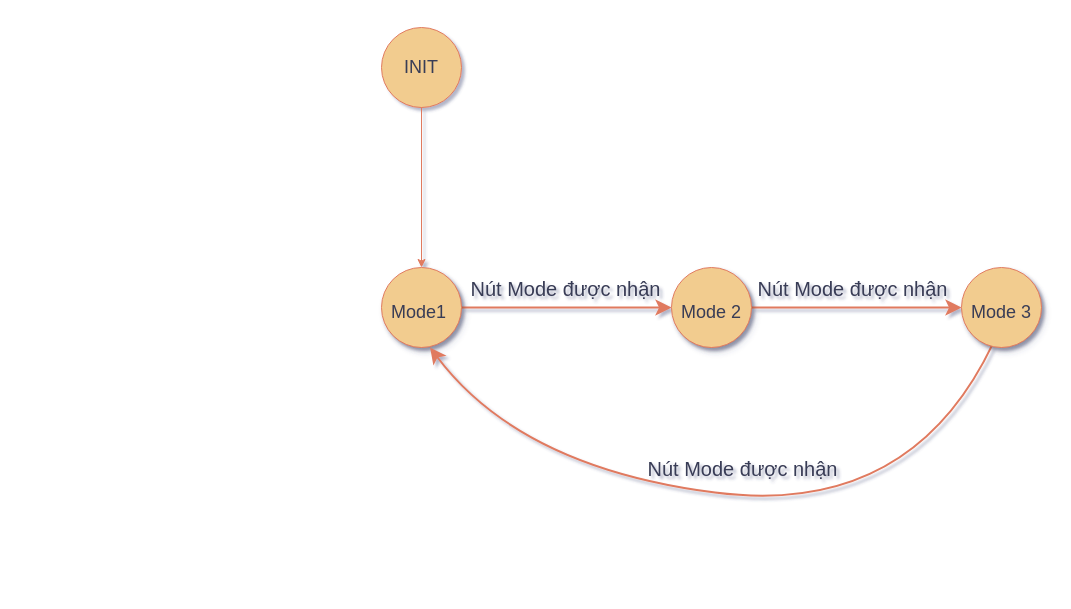
Earlier version of the draw.io diagram page "Page-1" (1 of 2) of Lab3/State_Machine/FSM_Mode.drawio (vietlecd/STM32_LAB2). Source tidied: cells renumbered, new cells numbered last; positions are measured from the earlier drawing's top-left corner, leaving out a move shared by most shapes. Both pictures are drawn from the tidied source at 100%, with x=0, y=0 at pixel (381, 27).
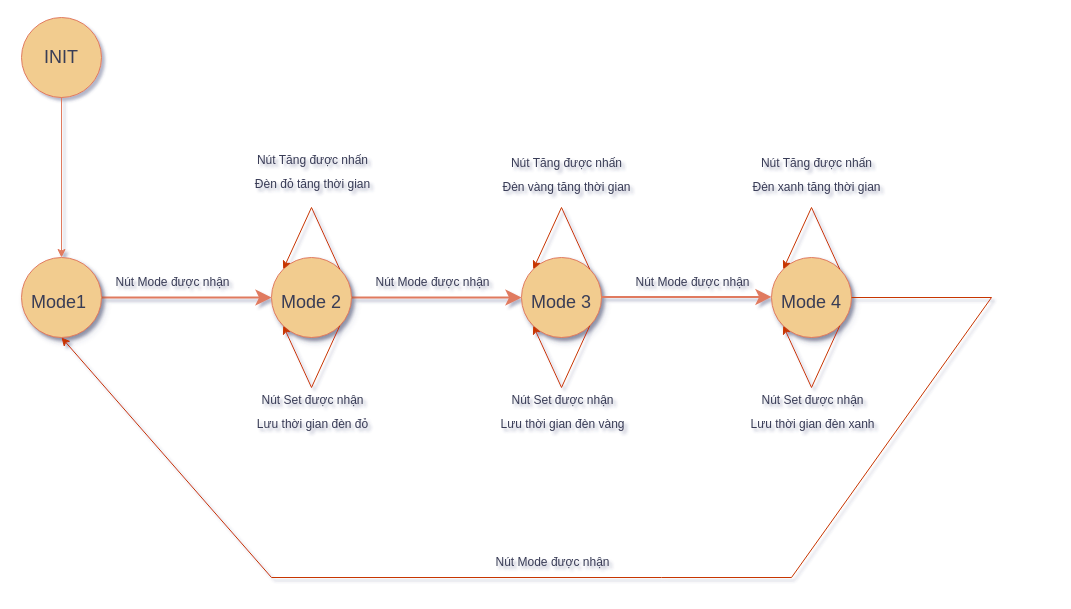
The same diagram, later.

Diff of the diagram source:
```diff
@@
-    <mxCell id="2" style="edgeStyle=none;curved=1;html=1;startSize=10;endFill=1;endSize=10;strokeWidth=2;fontSize=12;labelBackgroundColor=none;fontColor=default;strokeColor=#E07A5F;" parent="1" edge="1" source="4" target="8">
-      <mxGeometry relative="1" as="geometry" />
+    <mxCell id="2" style="edgeStyle=none;curved=1;html=1;startSize=10;endFill=1;endSize=10;strokeWidth=2;fontSize=12;labelBackgroundColor=none;fontColor=default;strokeColor=#E07A5F;" parent="1" edge="1" source="4">
+      <mxGeometry relative="1" as="geometry">
+        <mxPoint x="-110" y="270" as="targetPoint" />
+      </mxGeometry>
     </mxCell>
-    <mxCell id="3" value="Nút Mode được nhận" style="text;html=1;align=center;verticalAlign=middle;labelBackgroundColor=none;fontSize=20;fontColor=#393C56;" parent="2" vertex="1">
+    <mxCell id="3" value="&lt;font style=&quot;font-size: 12px;&quot;&gt;Nút Mode được nhận&lt;/font&gt;" style="text;html=1;align=center;verticalAlign=middle;labelBackgroundColor=none;fontSize=20;fontColor=#393C56;" parent="2" vertex="1">
       <mxGeometry x="0.15" relative="1" as="geometry">
-        <mxPoint x="-18" y="-20" as="offset" />
+        <mxPoint x="-28" y="-20" as="offset" />
       </mxGeometry>
     </mxCell>
     <mxCell id="4" value="&lt;font style=&quot;font-size: 18px;&quot;&gt;Mode1&amp;nbsp;&lt;/font&gt;" style="ellipse;whiteSpace=wrap;html=1;rounded=0;shadow=1;strokeWidth=1;fontSize=30;align=center;labelBackgroundColor=none;fillColor=#F2CC8F;strokeColor=#E07A5F;fontColor=#393C56;" parent="1" vertex="1">
-      <mxGeometry y="240" width="80" height="80" as="geometry" />
+      <mxGeometry x="-360" y="230" width="80" height="80" as="geometry" />
     </mxCell>
-    <mxCell id="5" style="edgeStyle=none;curved=1;html=1;startSize=10;endFill=1;endSize=10;strokeWidth=2;fontSize=12;labelBackgroundColor=none;fontColor=default;strokeColor=#E07A5F;entryX=0.5;entryY=1;entryDx=0;entryDy=0;" parent="1" edge="1">
-      <mxGeometry relative="1" as="geometry">
-        <mxPoint x="611.4" y="316.1" as="sourcePoint" />
-        <mxPoint x="48.6" y="320" as="targetPoint" />
-        <Array as="points">
-          <mxPoint x="528.6" y="490" />
-          <mxPoint x="138.6" y="440" />
-        </Array>
-      </mxGeometry>
-    </mxCell>
     <mxCell id="6" value="&lt;font style=&quot;font-size: 18px;&quot;&gt;Mode 3&lt;/font&gt;" style="ellipse;whiteSpace=wrap;html=1;rounded=0;shadow=1;strokeWidth=1;fontSize=30;align=center;labelBackgroundColor=none;fillColor=#F2CC8F;strokeColor=#E07A5F;fontColor=#393C56;" parent="1" vertex="1">
-      <mxGeometry x="580" y="240" width="80" height="80" as="geometry" />
+      <mxGeometry x="140" y="230" width="80" height="80" as="geometry" />
     </mxCell>
@@
     <mxCell id="8" value="&lt;font style=&quot;font-size: 18px;&quot;&gt;Mode 2&lt;/font&gt;" style="ellipse;whiteSpace=wrap;html=1;rounded=0;shadow=1;strokeWidth=1;fontSize=30;align=center;labelBackgroundColor=none;fillColor=#F2CC8F;strokeColor=#E07A5F;fontColor=#393C56;" parent="1" vertex="1">
-      <mxGeometry x="290" y="240" width="80" height="80" as="geometry" />
+      <mxGeometry x="-110" y="230" width="80" height="80" as="geometry" />
     </mxCell>
     <mxCell id="9" value="&lt;font style=&quot;font-size: 18px;&quot;&gt;INIT&lt;/font&gt;" style="ellipse;whiteSpace=wrap;html=1;strokeColor=#E07A5F;fontColor=#393C56;fillColor=#F2CC8F;" parent="1" vertex="1">
-      <mxGeometry width="80" height="80" as="geometry" />
+      <mxGeometry x="-360" y="-10" width="80" height="80" as="geometry" />
     </mxCell>
@@
-    <mxCell id="11" value="Nút Mode được nhận" style="text;html=1;align=center;verticalAlign=middle;labelBackgroundColor=none;fontSize=20;fontColor=#393C56;" parent="1" vertex="1">
-      <mxGeometry x="470" y="260" as="geometry" />
-    </mxCell>
-    <mxCell id="12" value="Nút Mode được nhận" style="text;html=1;align=center;verticalAlign=middle;labelBackgroundColor=none;fontSize=20;fontColor=#393C56;" parent="1" vertex="1">
-      <mxGeometry x="360" y="440" as="geometry" />
-    </mxCell>
+    <mxCell id="13" style="endArrow=classic;html=1;rounded=0;exitX=1;exitY=0;exitDx=0;exitDy=0;entryX=0;entryY=0;entryDx=0;entryDy=0;fillColor=#fa6800;strokeColor=#C73500;" parent="1" edge="1" source="8" target="8">
+      <mxGeometry relative="1" as="geometry">
+        <Array as="points">
+          <mxPoint x="-70" y="180" />
+        </Array>
+      </mxGeometry>
+    </mxCell>
+    <mxCell id="14" value="&lt;font style=&quot;font-size: 12px;&quot;&gt;Nút Tăng được nhấn&lt;/font&gt;&lt;div&gt;&lt;span style=&quot;font-size: 12px;&quot;&gt;Đèn đỏ tăng thời gian&lt;/span&gt;&lt;/div&gt;" style="text;html=1;align=center;verticalAlign=middle;labelBackgroundColor=none;fontSize=20;fontColor=#393C56;" parent="1" vertex="1">
+      <mxGeometry x="-70" y="140" as="geometry" />
+    </mxCell>
+    <mxCell id="15" style="endArrow=classic;html=1;rounded=0;fillColor=#fa6800;strokeColor=#C73500;exitX=1;exitY=1;exitDx=0;exitDy=0;entryX=0;entryY=1;entryDx=0;entryDy=0;" parent="1" edge="1" source="8" target="8">
+      <mxGeometry relative="1" as="geometry">
+        <Array as="points">
+          <mxPoint x="-70" y="360" />
+        </Array>
+      </mxGeometry>
+    </mxCell>
+    <mxCell id="16" value="&lt;font style=&quot;font-size: 12px;&quot;&gt;Nút Set được nhận&lt;/font&gt;&lt;div&gt;&lt;font style=&quot;font-size: 12px;&quot;&gt;Lưu thời gian đèn đỏ&lt;/font&gt;&lt;/div&gt;" style="text;html=1;align=center;verticalAlign=middle;labelBackgroundColor=none;fontSize=20;fontColor=#393C56;" parent="1" vertex="1">
+      <mxGeometry x="-70" y="380" as="geometry" />
+    </mxCell>
+    <mxCell id="17" style="endArrow=classic;html=1;rounded=0;exitX=1;exitY=0;exitDx=0;exitDy=0;fillColor=#fa6800;strokeColor=#C73500;entryX=0;entryY=0;entryDx=0;entryDy=0;" parent="1" edge="1" source="6" target="6">
+      <mxGeometry relative="1" as="geometry">
+        <Array as="points">
+          <mxPoint x="180" y="180" />
+        </Array>
+      </mxGeometry>
+    </mxCell>
+    <mxCell id="18" value="&lt;font style=&quot;font-size: 12px;&quot;&gt;Nút Tăng được nhấn&lt;/font&gt;&lt;div&gt;&lt;span style=&quot;font-size: 12px;&quot;&gt;Đèn vàng tăng thời gian&lt;/span&gt;&lt;/div&gt;" style="text;html=1;align=center;verticalAlign=middle;labelBackgroundColor=none;fontSize=20;fontColor=#393C56;" parent="1" vertex="1">
+      <mxGeometry x="180" y="110" as="geometry">
+        <mxPoint x="4" y="33" as="offset" />
+      </mxGeometry>
+    </mxCell>
+    <mxCell id="19" style="endArrow=classic;html=1;rounded=0;fillColor=#fa6800;strokeColor=#C73500;exitX=1;exitY=1;exitDx=0;exitDy=0;entryX=0;entryY=1;entryDx=0;entryDy=0;" parent="1" edge="1" source="6" target="6">
+      <mxGeometry relative="1" as="geometry">
+        <Array as="points">
+          <mxPoint x="180" y="360" />
+        </Array>
+      </mxGeometry>
+    </mxCell>
+    <mxCell id="20" value="&lt;font style=&quot;font-size: 12px;&quot;&gt;Nút Set được nhận&lt;/font&gt;&lt;div&gt;&lt;font style=&quot;font-size: 12px;&quot;&gt;Lưu thời gian đèn vàng&lt;/font&gt;&lt;/div&gt;" style="text;html=1;align=center;verticalAlign=middle;labelBackgroundColor=none;fontSize=20;fontColor=#393C56;" parent="1" vertex="1">
+      <mxGeometry x="180" y="380" as="geometry" />
+    </mxCell>
+    <mxCell id="21" value="&lt;font style=&quot;font-size: 12px;&quot;&gt;Nút Mode được nhận&lt;/font&gt;" style="text;html=1;align=center;verticalAlign=middle;labelBackgroundColor=none;fontSize=20;fontColor=#393C56;" parent="1" vertex="1">
+      <mxGeometry x="50" y="250" as="geometry" />
+    </mxCell>
+    <mxCell id="22" value="&lt;font style=&quot;font-size: 18px;&quot;&gt;Mode 4&lt;/font&gt;" style="ellipse;whiteSpace=wrap;html=1;rounded=0;shadow=1;strokeWidth=1;fontSize=30;align=center;labelBackgroundColor=none;fillColor=#F2CC8F;strokeColor=#E07A5F;fontColor=#393C56;" parent="1" vertex="1">
+      <mxGeometry x="390" y="230" width="80" height="80" as="geometry" />
+    </mxCell>
+    <mxCell id="23" style="endArrow=classic;html=1;rounded=0;exitX=1;exitY=0;exitDx=0;exitDy=0;fillColor=#fa6800;strokeColor=#C73500;entryX=0;entryY=0;entryDx=0;entryDy=0;" parent="1" edge="1" source="22" target="22">
+      <mxGeometry relative="1" as="geometry">
+        <Array as="points">
+          <mxPoint x="430" y="180" />
+        </Array>
+      </mxGeometry>
+    </mxCell>
+    <mxCell id="24" value="&lt;font style=&quot;font-size: 12px;&quot;&gt;Nút Tăng được nhấn&lt;/font&gt;&lt;div&gt;&lt;span style=&quot;font-size: 12px;&quot;&gt;Đèn xanh tăng thời gian&lt;/span&gt;&lt;/div&gt;" style="text;html=1;align=center;verticalAlign=middle;labelBackgroundColor=none;fontSize=20;fontColor=#393C56;" parent="1" vertex="1">
+      <mxGeometry x="430" y="110" as="geometry">
+        <mxPoint x="4" y="33" as="offset" />
+      </mxGeometry>
+    </mxCell>
+    <mxCell id="25" style="endArrow=classic;html=1;rounded=0;fillColor=#fa6800;strokeColor=#C73500;exitX=1;exitY=1;exitDx=0;exitDy=0;entryX=0;entryY=1;entryDx=0;entryDy=0;" parent="1" edge="1" source="22" target="22">
+      <mxGeometry relative="1" as="geometry">
+        <Array as="points">
+          <mxPoint x="430" y="360" />
+        </Array>
+      </mxGeometry>
+    </mxCell>
+    <mxCell id="26" value="&lt;font style=&quot;font-size: 12px;&quot;&gt;Nút Set được nhận&lt;/font&gt;&lt;div&gt;&lt;font style=&quot;font-size: 12px;&quot;&gt;Lưu thời gian đèn xanh&lt;/font&gt;&lt;/div&gt;" style="text;html=1;align=center;verticalAlign=middle;labelBackgroundColor=none;fontSize=20;fontColor=#393C56;" parent="1" vertex="1">
+      <mxGeometry x="430" y="380" as="geometry" />
+    </mxCell>
+    <mxCell id="27" style="edgeStyle=none;curved=1;html=1;startSize=10;endFill=1;endSize=10;strokeWidth=2;fontSize=12;labelBackgroundColor=none;fontColor=default;strokeColor=#E07A5F;" parent="1" edge="1">
+      <mxGeometry relative="1" as="geometry">
+        <mxPoint x="220" y="269.4" as="sourcePoint" />
+        <mxPoint x="390" y="269.4" as="targetPoint" />
+      </mxGeometry>
+    </mxCell>
+    <mxCell id="28" value="&lt;font style=&quot;font-size: 12px;&quot;&gt;Nút Mode được nhận&lt;/font&gt;" style="text;html=1;align=center;verticalAlign=middle;labelBackgroundColor=none;fontSize=20;fontColor=#393C56;" parent="1" vertex="1">
+      <mxGeometry x="310" y="250" as="geometry" />
+    </mxCell>
+    <mxCell id="29" style="endArrow=classic;html=1;rounded=0;fillColor=#fa6800;strokeColor=#C73500;exitX=1;exitY=0.5;exitDx=0;exitDy=0;entryX=0.5;entryY=1;entryDx=0;entryDy=0;" parent="1" edge="1" source="22" target="4">
+      <mxGeometry relative="1" as="geometry">
+        <Array as="points">
+          <mxPoint x="610" y="270" />
+          <mxPoint x="410" y="550" />
+          <mxPoint x="280" y="550" />
+          <mxPoint x="-110" y="550" />
+        </Array>
+      </mxGeometry>
+    </mxCell>
+    <mxCell id="30" value="&lt;font style=&quot;font-size: 12px;&quot;&gt;Nút Mode được nhận&lt;/font&gt;" style="text;html=1;align=center;verticalAlign=middle;labelBackgroundColor=none;fontSize=20;fontColor=#393C56;" parent="1" vertex="1">
+      <mxGeometry x="170" y="530" as="geometry" />
+    </mxCell>
```
